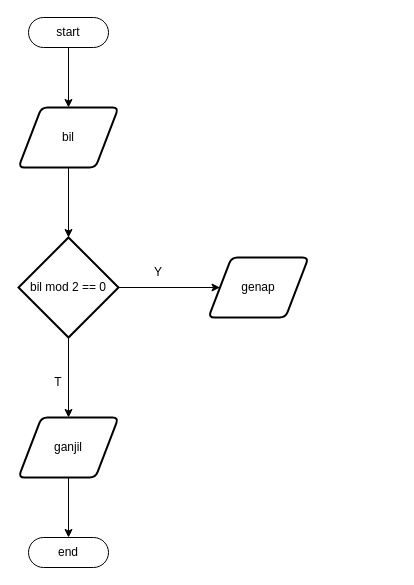
Before: Untitled Diagram.drawio in chelly010/algo_B_23241058_, a draw.io diagram. Source tidied: cells renumbered, new cells numbered last; positions are measured from the earlier drawing's top-left corner, leaving out a move shared by most shapes. Both pictures are drawn from the tidied source at 100%, with x=0, y=0 at pixel (18, 17).
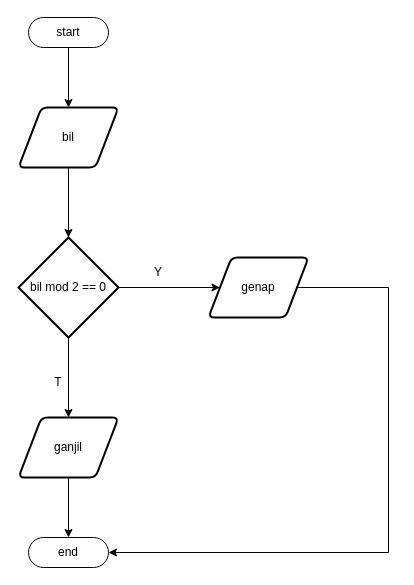
The same diagram, later.

The edit, as a diff of the source:
```diff
@@
 <mxGraphModel>
   <root>
     <mxCell id="0" />
     <mxCell id="1" parent="0" />
     <mxCell id="2" style="edgeStyle=orthogonalEdgeStyle;rounded=0;jettySize=auto;html=1;" parent="1" edge="1" source="3" target="5">
       <mxGeometry relative="1" as="geometry" />
     </mxCell>
     <mxCell id="3" value="start" style="html=1;dashed=0;whiteSpace=wrap;shape=mxgraph.dfd.start;" parent="1" vertex="1">
       <mxGeometry x="10" width="80" height="30" as="geometry" />
     </mxCell>
     <mxCell id="4" style="edgeStyle=orthogonalEdgeStyle;rounded=0;jettySize=auto;html=1;" parent="1" edge="1" source="5" target="8">
       <mxGeometry relative="1" as="geometry" />
     </mxCell>
     <mxCell id="5" value="bil" style="shape=parallelogram;html=1;strokeWidth=2;perimeter=parallelogramPerimeter;whiteSpace=wrap;rounded=1;arcSize=12;size=0.23;" parent="1" vertex="1">
       <mxGeometry y="90" width="100" height="60" as="geometry" />
     </mxCell>
     <mxCell id="6" style="edgeStyle=orthogonalEdgeStyle;rounded=0;jettySize=auto;html=1;" parent="1" edge="1" source="8" target="9">
       <mxGeometry relative="1" as="geometry" />
     </mxCell>
     <mxCell id="7" style="edgeStyle=orthogonalEdgeStyle;rounded=0;jettySize=auto;html=1;" parent="1" edge="1" source="8" target="12">
       <mxGeometry relative="1" as="geometry" />
     </mxCell>
     <mxCell id="8" value="bil mod 2 == 0" style="strokeWidth=2;html=1;shape=mxgraph.flowchart.decision;whiteSpace=wrap;" parent="1" vertex="1">
       <mxGeometry y="220" width="100" height="100" as="geometry" />
     </mxCell>
+    <mxCell id="15" style="edgeStyle=elbowEdgeStyle;rounded=0;jettySize=auto;html=1;entryX=1;entryY=0.5;entryDx=0;entryDy=0;entryPerimeter=0;" parent="1" edge="1" source="9" target="13">
+      <mxGeometry relative="1" as="geometry">
+        <Array as="points">
+          <mxPoint x="370" y="410" />
+        </Array>
+      </mxGeometry>
+    </mxCell>
     <mxCell id="9" value="genap" style="shape=parallelogram;html=1;strokeWidth=2;perimeter=parallelogramPerimeter;whiteSpace=wrap;rounded=1;arcSize=12;size=0.23;" parent="1" vertex="1">
       <mxGeometry x="190" y="240" width="100" height="60" as="geometry" />
     </mxCell>
     <mxCell id="10" value="Y" style="text;strokeColor=none;align=center;fillColor=none;html=1;verticalAlign=middle;whiteSpace=wrap;rounded=0;" parent="1" vertex="1">
       <mxGeometry x="110" y="240" width="60" height="30" as="geometry" />
     </mxCell>
     <mxCell id="11" style="edgeStyle=orthogonalEdgeStyle;rounded=0;jettySize=auto;html=1;" parent="1" edge="1" source="12" target="13">
       <mxGeometry relative="1" as="geometry" />
     </mxCell>
     <mxCell id="12" value="ganjil" style="shape=parallelogram;html=1;strokeWidth=2;perimeter=parallelogramPerimeter;whiteSpace=wrap;rounded=1;arcSize=12;size=0.23;" parent="1" vertex="1">
       <mxGeometry y="400" width="100" height="60" as="geometry" />
     </mxCell>
     <mxCell id="13" value="end" style="html=1;dashed=0;whiteSpace=wrap;shape=mxgraph.dfd.start;" parent="1" vertex="1">
       <mxGeometry x="10" y="520" width="80" height="30" as="geometry" />
     </mxCell>
     <mxCell id="14" value="T" style="text;strokeColor=none;align=center;fillColor=none;html=1;verticalAlign=middle;whiteSpace=wrap;rounded=0;" parent="1" vertex="1">
       <mxGeometry x="10" y="350" width="60" height="30" as="geometry" />
     </mxCell>
   </root>
 </mxGraphModel>
```
